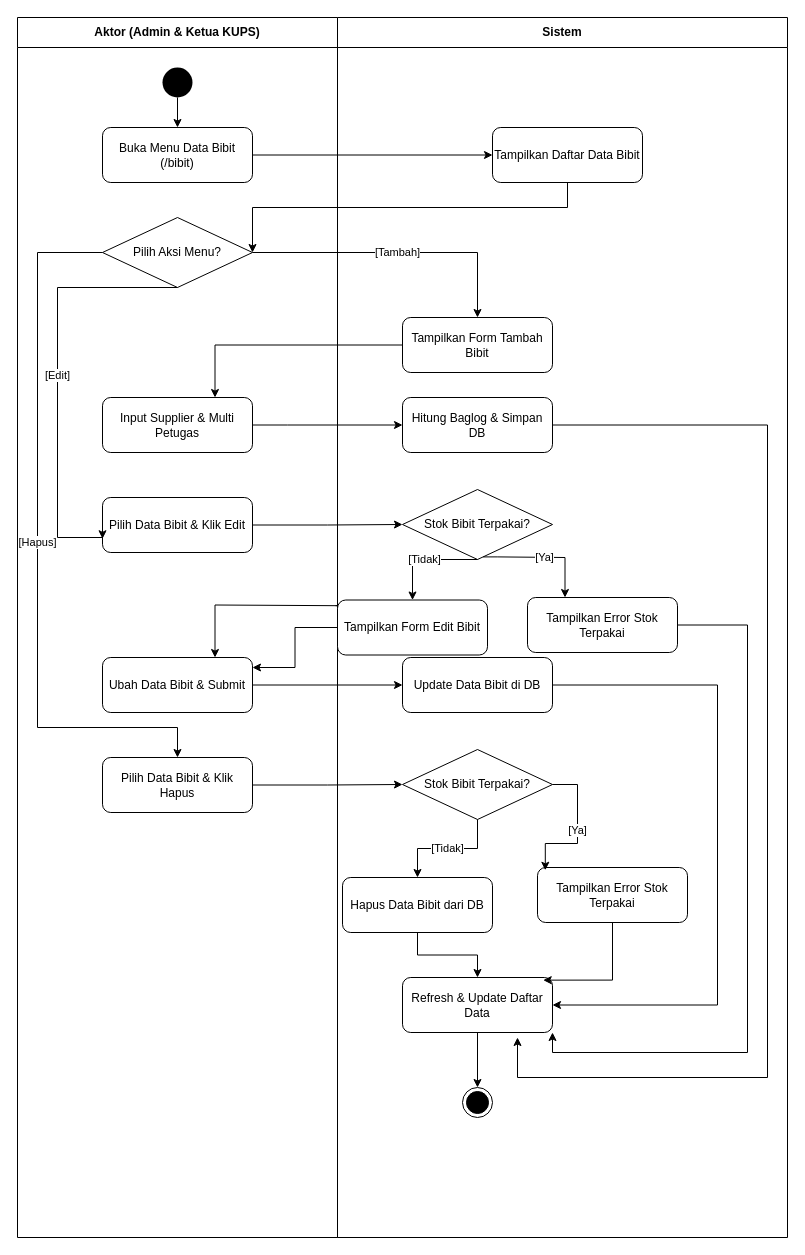
Before: page "Admin & Ketua: Kelola Data Bibit" (2 of 16) of activity_diagram_lengkap.drawio in DaraAnggunJelita/jamur_tiram, a draw.io diagram. Source tidied: cells renumbered, new cells numbered last; positions are measured from the earlier drawing's top-left corner, leaving out a move shared by most shapes. Both pictures are drawn from the tidied source at 100%, with x=0, y=0 at pixel (17, 17).
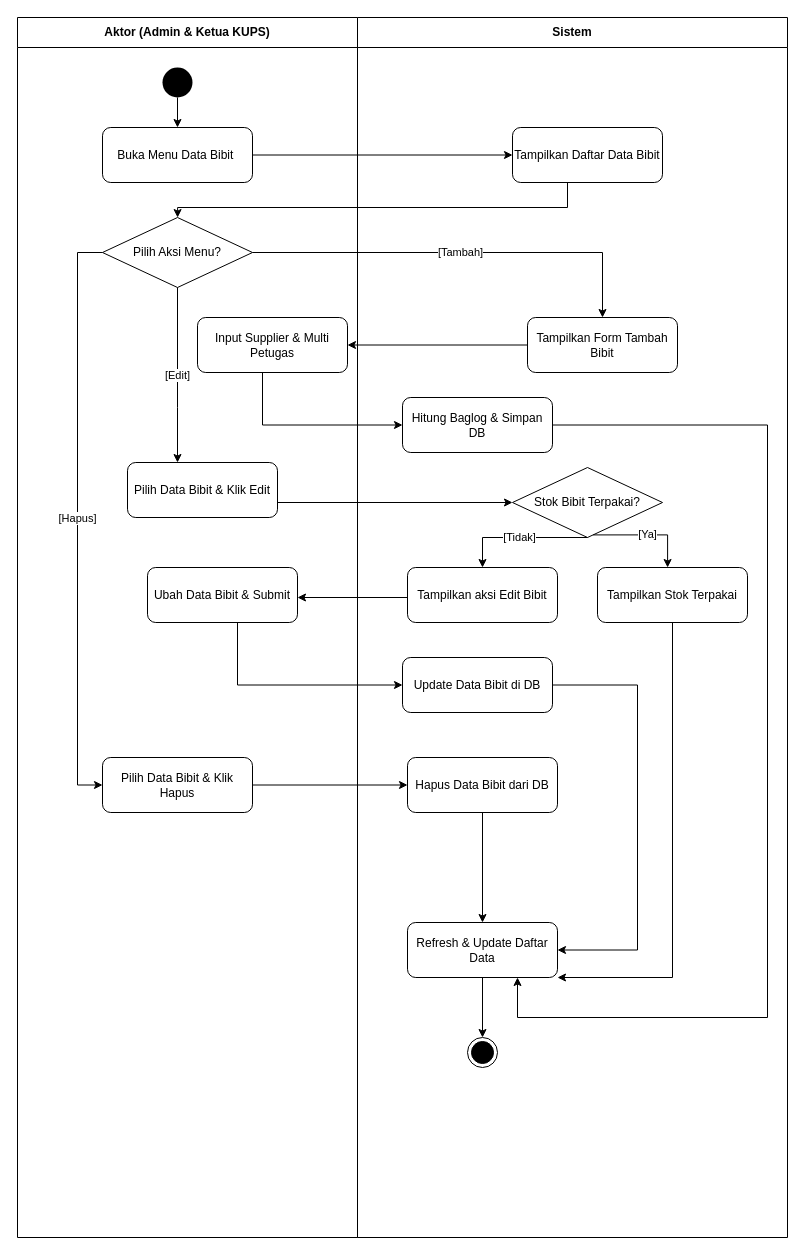
Above is the later version.

The change refers to these unchanged cells:
```xml
<mxCell id="15" value="Tampilkan Daftar Data Bibit" style="rounded=1;whiteSpace=wrap;html=1;" parent="4" vertex="1">
  <mxGeometry x="155" y="110" width="150" height="55" as="geometry" />
</mxCell>
<mxCell id="18" value="Pilih Aksi Menu?" style="rhombus;whiteSpace=wrap;html=1;" parent="1" vertex="1">
  <mxGeometry x="85" y="200" width="150" height="70" as="geometry" />
</mxCell>
<mxCell id="21" value="Hitung Baglog &amp; Simpan DB" style="rounded=1;whiteSpace=wrap;html=1;" parent="1" vertex="1">
  <mxGeometry x="385" y="380" width="150" height="55" as="geometry" />
</mxCell>
<mxCell id="25" value="Update Data Bibit di DB" style="rounded=1;whiteSpace=wrap;html=1;" parent="1" vertex="1">
  <mxGeometry x="385" y="640" width="150" height="55" as="geometry" />
</mxCell>
<mxCell id="26" value="Pilih Data Bibit &amp; Klik Hapus" style="rounded=1;whiteSpace=wrap;html=1;" parent="1" vertex="1">
  <mxGeometry x="85" y="740" width="150" height="55" as="geometry" />
</mxCell>
```

Diff of the diagram source:
```diff
@@
     <mxCell id="2" value="Aktor (Admin &amp; Ketua KUPS)" style="swimlane;whiteSpace=wrap;html=1;startSize=30;" parent="1" vertex="1">
-      <mxGeometry width="320" height="1220" as="geometry" />
+      <mxGeometry width="340" height="1220" as="geometry" />
     </mxCell>
-    <mxCell id="3" style="edgeStyle=orthogonalEdgeStyle;rounded=0;jettySize=auto;html=1;" parent="1" edge="1" source="4" target="24">
-      <mxGeometry relative="1" as="geometry">
-        <Array as="points">
-          <mxPoint x="277.5" y="610" />
-          <mxPoint x="277.5" y="650" />
-        </Array>
-      </mxGeometry>
-    </mxCell>
+    <mxCell id="20" value="Input Supplier &amp; Multi Petugas" style="rounded=1;whiteSpace=wrap;html=1;" parent="2" vertex="1">
+      <mxGeometry x="180" y="300" width="150" height="55" as="geometry" />
+    </mxCell>
+    <mxCell id="22" value="Pilih Data Bibit &amp; Klik Edit" style="rounded=1;whiteSpace=wrap;html=1;" parent="2" vertex="1">
+      <mxGeometry x="110" y="445" width="150" height="55" as="geometry" />
+    </mxCell>
+    <mxCell id="24" value="Ubah Data Bibit &amp; Submit" style="rounded=1;whiteSpace=wrap;html=1;" parent="2" vertex="1">
+      <mxGeometry x="130" y="550" width="150" height="55" as="geometry" />
+    </mxCell>
     <mxCell id="4" value="Sistem" style="swimlane;whiteSpace=wrap;html=1;startSize=30;" parent="1" vertex="1">
-      <mxGeometry x="320" width="450" height="1220" as="geometry" />
+      <mxGeometry x="340" width="430" height="1220" as="geometry" />
     </mxCell>
     <mxCell id="5" style="edgeStyle=orthogonalEdgeStyle;rounded=0;jettySize=auto;html=1;entryX=1;entryY=1;entryDx=0;entryDy=0;" parent="4" edge="1" source="6" target="8">
       <mxGeometry relative="1" as="geometry">
         <Array as="points">
-          <mxPoint x="410" y="607.5" />
-          <mxPoint x="410" y="1035" />
-          <mxPoint x="215" y="1035" />
+          <mxPoint x="315.1" y="960" />
         </Array>
       </mxGeometry>
     </mxCell>
-    <mxCell id="6" value="Tampilkan Error Stok Terpakai" style="rounded=1;whiteSpace=wrap;html=1;" parent="4" vertex="1">
-      <mxGeometry x="190" y="580" width="150" height="55" as="geometry" />
+    <mxCell id="6" value="Tampilkan Stok Terpakai" style="rounded=1;whiteSpace=wrap;html=1;" parent="4" vertex="1">
+      <mxGeometry x="240" y="550" width="150" height="55" as="geometry" />
     </mxCell>
     <mxCell id="7" style="ellipse;shape=endState;fillColor=#000000;strokeColor=#000000;html=1;" parent="4" vertex="1">
-      <mxGeometry x="125" y="1070" width="30" height="30" as="geometry" />
+      <mxGeometry x="110" y="1020" width="30" height="30" as="geometry" />
     </mxCell>
     <mxCell id="8" value="Refresh &amp; Update Daftar Data" style="rounded=1;whiteSpace=wrap;html=1;" parent="4" vertex="1">
-      <mxGeometry x="65" y="960" width="150" height="55" as="geometry" />
+      <mxGeometry x="50" y="905" width="150" height="55" as="geometry" />
     </mxCell>
@@
     <mxCell id="10" value="Hapus Data Bibit dari DB" style="rounded=1;whiteSpace=wrap;html=1;" parent="4" vertex="1">
-      <mxGeometry x="5" y="860" width="150" height="55" as="geometry" />
+      <mxGeometry x="50" y="740" width="150" height="55" as="geometry" />
     </mxCell>
@@
-    <mxCell id="12" value="Tampilkan Error Stok Terpakai" style="rounded=1;whiteSpace=wrap;html=1;" parent="4" vertex="1">
-      <mxGeometry x="200" y="850" width="150" height="55" as="geometry" />
-    </mxCell>
-    <mxCell id="13" style="edgeStyle=orthogonalEdgeStyle;rounded=0;html=1;jettySize=auto;exitX=0.5;exitY=1;entryX=0.938;entryY=0.048;entryDx=0;entryDy=0;entryPerimeter=0;" parent="4" edge="1" source="12" target="8">
-      <mxGeometry relative="1" as="geometry">
-        <Array as="points">
-          <mxPoint x="275" y="962.6" />
-        </Array>
-      </mxGeometry>
-    </mxCell>
-    <mxCell id="14" value="Tampilkan Form Edit Bibit" style="rounded=1;whiteSpace=wrap;html=1;" parent="4" vertex="1">
-      <mxGeometry y="582.5" width="150" height="55" as="geometry" />
+    <mxCell id="14" value="Tampilkan aksi Edit Bibit" style="rounded=1;whiteSpace=wrap;html=1;" parent="4" vertex="1">
+      <mxGeometry x="50" y="550" width="150" height="55" as="geometry" />
     </mxCell>
@@
+    <mxCell id="23" value="Stok Bibit Terpakai?" style="rhombus;whiteSpace=wrap;html=1;" parent="4" vertex="1">
+      <mxGeometry x="155" y="450" width="150" height="70" as="geometry" />
+    </mxCell>
+    <mxCell id="37" value="[Ya]" style="edgeStyle=orthogonalEdgeStyle;rounded=0;html=1;jettySize=auto;exitX=0.538;exitY=0.963;exitDx=0;exitDy=0;exitPerimeter=0;" parent="4" edge="1" source="23" target="6">
+      <mxGeometry relative="1" as="geometry">
+        <Array as="points">
+          <mxPoint x="310.1" y="517.4" />
+        </Array>
+      </mxGeometry>
+    </mxCell>
+    <mxCell id="38" value="[Tidak]" style="edgeStyle=orthogonalEdgeStyle;rounded=0;html=1;jettySize=auto;exitX=0.5;exitY=1;exitDx=0;exitDy=0;" parent="4" edge="1" source="23" target="14">
+      <mxGeometry relative="1" as="geometry">
+        <Array as="points">
+          <mxPoint x="125" y="520" />
+        </Array>
+      </mxGeometry>
+    </mxCell>
+    <mxCell id="19" value="Tampilkan Form Tambah Bibit" style="rounded=1;whiteSpace=wrap;html=1;" parent="4" vertex="1">
+      <mxGeometry x="170" y="300" width="150" height="55" as="geometry" />
+    </mxCell>
@@
-    <mxCell id="17" value="Buka Menu Data Bibit (/bibit)" style="rounded=1;whiteSpace=wrap;html=1;" parent="1" vertex="1">
+    <mxCell id="17" value="Buka Menu Data Bibit&amp;nbsp;" style="rounded=1;whiteSpace=wrap;html=1;" parent="1" vertex="1">
       <mxGeometry x="85" y="110" width="150" height="55" as="geometry" />
     </mxCell>
@@
-    <mxCell id="19" value="Tampilkan Form Tambah Bibit" style="rounded=1;whiteSpace=wrap;html=1;" parent="1" vertex="1">
-      <mxGeometry x="385" y="300" width="150" height="55" as="geometry" />
-    </mxCell>
-    <mxCell id="20" value="Input Supplier &amp; Multi Petugas" style="rounded=1;whiteSpace=wrap;html=1;" parent="1" vertex="1">
-      <mxGeometry x="85" y="380" width="150" height="55" as="geometry" />
-    </mxCell>
@@
-    <mxCell id="22" value="Pilih Data Bibit &amp; Klik Edit" style="rounded=1;whiteSpace=wrap;html=1;" parent="1" vertex="1">
-      <mxGeometry x="85" y="480" width="150" height="55" as="geometry" />
-    </mxCell>
-    <mxCell id="23" value="Stok Bibit Terpakai?" style="rhombus;whiteSpace=wrap;html=1;" parent="1" vertex="1">
-      <mxGeometry x="385" y="472" width="150" height="70" as="geometry" />
-    </mxCell>
-    <mxCell id="24" value="Ubah Data Bibit &amp; Submit" style="rounded=1;whiteSpace=wrap;html=1;" parent="1" vertex="1">
-      <mxGeometry x="85" y="640" width="150" height="55" as="geometry" />
-    </mxCell>
@@
-    <mxCell id="27" value="Stok Bibit Terpakai?" style="rhombus;whiteSpace=wrap;html=1;" parent="1" vertex="1">
-      <mxGeometry x="385" y="732" width="150" height="70" as="geometry" />
-    </mxCell>
@@
-    <mxCell id="30" style="edgeStyle=orthogonalEdgeStyle;rounded=0;html=1;jettySize=auto;exitX=0.5;exitY=1;entryX=1;entryY=0.5;exitDx=0;exitDy=0;" parent="1" edge="1" source="15" target="18">
+    <mxCell id="30" style="edgeStyle=orthogonalEdgeStyle;rounded=0;html=1;jettySize=auto;exitX=0.5;exitY=1;exitDx=0;exitDy=0;" parent="1" edge="1" source="15" target="18">
       <mxGeometry relative="1" as="geometry">
         <Array as="points">
           <mxPoint x="550" y="190" />
-          <mxPoint x="235.1" y="190" />
+          <mxPoint x="160.1" y="190" />
         </Array>
       </mxGeometry>
     </mxCell>
     <mxCell id="31" value="[Tambah]" style="edgeStyle=orthogonalEdgeStyle;rounded=0;html=1;jettySize=auto;exitX=1;exitY=0.5;entryX=0.5;entryY=0;entryDx=0;entryDy=0;" parent="1" edge="1" source="18" target="19">
       <mxGeometry relative="1" as="geometry">
         <Array as="points">
-          <mxPoint x="460" y="235" />
+          <mxPoint x="585" y="235" />
         </Array>
       </mxGeometry>
     </mxCell>
-    <mxCell id="32" style="edgeStyle=orthogonalEdgeStyle;rounded=0;html=1;jettySize=auto;exitX=0;exitY=0.5;entryX=0.75;entryY=0;entryDx=0;entryDy=0;" parent="1" edge="1" source="19" target="20">
-      <mxGeometry relative="1" as="geometry">
-        <Array as="points">
-          <mxPoint x="197.5" y="327.5" />
-        </Array>
-      </mxGeometry>
+    <mxCell id="32" style="edgeStyle=orthogonalEdgeStyle;rounded=0;html=1;jettySize=auto;exitX=0;exitY=0.5;" parent="1" edge="1" source="19" target="20">
+      <mxGeometry relative="1" as="geometry" />
     </mxCell>
-    <mxCell id="33" style="edgeStyle=orthogonalEdgeStyle;rounded=0;html=1;jettySize=auto;exitX=1;exitY=0.5;entryX=0;entryY=0.5;exitDx=0;exitDy=0;" parent="1" edge="1" source="20" target="21">
+    <mxCell id="33" style="edgeStyle=orthogonalEdgeStyle;rounded=0;html=1;jettySize=auto;entryX=0;entryY=0.5;exitX=0.5;exitY=1;exitDx=0;exitDy=0;" parent="1" edge="1" source="20" target="21">
       <mxGeometry relative="1" as="geometry">
         <Array as="points">
-          <mxPoint x="270" y="407.5" />
-          <mxPoint x="270" y="407.5" />
+          <mxPoint x="245" y="407.5" />
         </Array>
       </mxGeometry>
     </mxCell>
-    <mxCell id="34" style="edgeStyle=orthogonalEdgeStyle;rounded=0;html=1;jettySize=auto;exitX=1;exitY=0.5;" parent="1" edge="1" source="21">
+    <mxCell id="34" style="edgeStyle=orthogonalEdgeStyle;rounded=0;html=1;jettySize=auto;exitX=1;exitY=0.5;" parent="1" edge="1" source="21" target="8">
       <mxGeometry relative="1" as="geometry">
-        <mxPoint x="500" y="1020" as="targetPoint" />
         <Array as="points">
           <mxPoint x="750" y="407.5" />
-          <mxPoint x="750" y="1060" />
-          <mxPoint x="500" y="1060" />
+          <mxPoint x="750" y="1000" />
+          <mxPoint x="500" y="1000" />
         </Array>
       </mxGeometry>
     </mxCell>
-    <mxCell id="35" value="[Edit]" style="edgeStyle=orthogonalEdgeStyle;rounded=0;html=1;jettySize=auto;exitX=0.5;exitY=1;entryX=0;entryY=0.75;entryDx=0;entryDy=0;" parent="1" edge="1" source="18" target="22">
+    <mxCell id="35" value="[Edit]" style="edgeStyle=orthogonalEdgeStyle;rounded=0;html=1;jettySize=auto;exitX=0.5;exitY=1;" parent="1" edge="1" source="18" target="22">
       <mxGeometry relative="1" as="geometry">
         <Array as="points">
-          <mxPoint x="40" y="270" />
-          <mxPoint x="40" y="520" />
-          <mxPoint x="85" y="520" />
+          <mxPoint x="160" y="390" />
+          <mxPoint x="160" y="390" />
         </Array>
       </mxGeometry>
     </mxCell>
-    <mxCell id="36" style="edgeStyle=orthogonalEdgeStyle;rounded=0;html=1;jettySize=auto;exitX=1;exitY=0.5;entryX=0;entryY=0.5;" parent="1" edge="1" source="22" target="23">
-      <mxGeometry relative="1" as="geometry" />
+    <mxCell id="36" style="edgeStyle=orthogonalEdgeStyle;rounded=0;html=1;jettySize=auto;entryX=0;entryY=0.5;exitX=1;exitY=0.75;exitDx=0;exitDy=0;" parent="1" edge="1" source="22" target="23">
+      <mxGeometry relative="1" as="geometry">
+        <Array as="points">
+          <mxPoint x="260" y="485" />
+        </Array>
+      </mxGeometry>
     </mxCell>
-    <mxCell id="37" value="[Ya]" style="edgeStyle=orthogonalEdgeStyle;rounded=0;html=1;jettySize=auto;exitX=0.538;exitY=0.963;entryX=0.25;entryY=0;exitDx=0;exitDy=0;exitPerimeter=0;entryDx=0;entryDy=0;" parent="1" edge="1" source="23" target="6">
-      <mxGeometry relative="1" as="geometry">
-        <Array as="points">
-          <mxPoint x="479.7" y="539.4" />
-          <mxPoint x="547.5" y="540" />
-        </Array>
-      </mxGeometry>
-    </mxCell>
-    <mxCell id="38" value="[Tidak]" style="edgeStyle=orthogonalEdgeStyle;rounded=0;html=1;jettySize=auto;exitX=0.5;exitY=1;entryX=0.5;entryY=0;" parent="1" edge="1" source="23" target="14">
-      <mxGeometry relative="1" as="geometry">
-        <Array as="points">
-          <mxPoint x="395" y="542" />
-        </Array>
-      </mxGeometry>
-    </mxCell>
-    <mxCell id="39" style="edgeStyle=orthogonalEdgeStyle;rounded=0;html=1;jettySize=auto;exitX=-0.013;exitY=0.103;entryX=0.75;entryY=0;entryDx=0;entryDy=0;exitDx=0;exitDy=0;exitPerimeter=0;" parent="1" edge="1" source="14" target="24">
+    <mxCell id="39" style="edgeStyle=orthogonalEdgeStyle;rounded=0;html=1;jettySize=auto;exitX=0;exitY=0.5;exitDx=0;exitDy=0;" parent="1" edge="1" source="14" target="24">
       <mxGeometry relative="1" as="geometry">
         <Array as="points">
-          <mxPoint x="320" y="588.2" />
-          <mxPoint x="197.5" y="587.5" />
+          <mxPoint x="390" y="580" />
         </Array>
       </mxGeometry>
     </mxCell>
-    <mxCell id="40" style="edgeStyle=orthogonalEdgeStyle;rounded=0;html=1;jettySize=auto;exitX=1;exitY=0.5;entryX=0;entryY=0.5;" parent="1" edge="1" source="24" target="25">
-      <mxGeometry relative="1" as="geometry" />
+    <mxCell id="40" style="edgeStyle=orthogonalEdgeStyle;rounded=0;html=1;jettySize=auto;entryX=0;entryY=0.5;" parent="1" edge="1" source="24" target="25">
+      <mxGeometry relative="1" as="geometry">
+        <Array as="points">
+          <mxPoint x="220" y="667.5" />
+        </Array>
+      </mxGeometry>
     </mxCell>
     <mxCell id="41" style="edgeStyle=orthogonalEdgeStyle;rounded=0;html=1;jettySize=auto;exitX=1;exitY=0.5;entryX=1;entryY=0.5;" parent="1" edge="1" source="25" target="8">
       <mxGeometry relative="1" as="geometry">
         <Array as="points">
-          <mxPoint x="700" y="667.5" />
-          <mxPoint x="700" y="987.5" />
+          <mxPoint x="620" y="667.5" />
+          <mxPoint x="620" y="932.5" />
         </Array>
       </mxGeometry>
     </mxCell>
-    <mxCell id="42" value="[Hapus]" style="edgeStyle=orthogonalEdgeStyle;rounded=0;html=1;jettySize=auto;strokeColor=#000000;exitX=0;exitY=0.5;entryX=0.5;entryY=0;" parent="1" edge="1" source="18" target="26">
+    <mxCell id="42" value="[Hapus]" style="edgeStyle=orthogonalEdgeStyle;rounded=0;html=1;jettySize=auto;strokeColor=#000000;exitX=0;exitY=0.5;" parent="1" edge="1" source="18" target="26">
       <mxGeometry relative="1" as="geometry">
         <Array as="points">
-          <mxPoint x="20" y="235.1" />
-          <mxPoint x="20" y="710" />
-          <mxPoint x="160" y="710" />
+          <mxPoint x="60" y="235" />
+          <mxPoint x="60" y="767.5" />
         </Array>
       </mxGeometry>
     </mxCell>
-    <mxCell id="43" style="edgeStyle=orthogonalEdgeStyle;rounded=0;html=1;jettySize=auto;exitX=1;exitY=0.5;entryX=0;entryY=0.5;" parent="1" edge="1" source="26" target="27">
+    <mxCell id="43" style="edgeStyle=orthogonalEdgeStyle;rounded=0;html=1;jettySize=auto;exitX=1;exitY=0.5;entryX=0;entryY=0.5;entryDx=0;entryDy=0;" parent="1" edge="1" source="26" target="10">
       <mxGeometry relative="1" as="geometry" />
     </mxCell>
-    <mxCell id="44" value="[Ya]" style="edgeStyle=orthogonalEdgeStyle;rounded=0;html=1;jettySize=auto;exitX=1;exitY=0.5;entryX=0.052;entryY=0.05;entryDx=0;entryDy=0;entryPerimeter=0;" parent="1" edge="1" source="27" target="12">
-      <mxGeometry relative="1" as="geometry">
-        <Array as="points">
-          <mxPoint x="560" y="767" />
-          <mxPoint x="560" y="826" />
-          <mxPoint x="527.8" y="826" />
-        </Array>
-      </mxGeometry>
-    </mxCell>
-    <mxCell id="45" value="[Tidak]" style="edgeStyle=orthogonalEdgeStyle;rounded=0;html=1;jettySize=auto;exitX=0.5;exitY=1;entryX=0.5;entryY=0;" parent="1" edge="1" source="27" target="10">
-      <mxGeometry relative="1" as="geometry" />
-    </mxCell>
```
